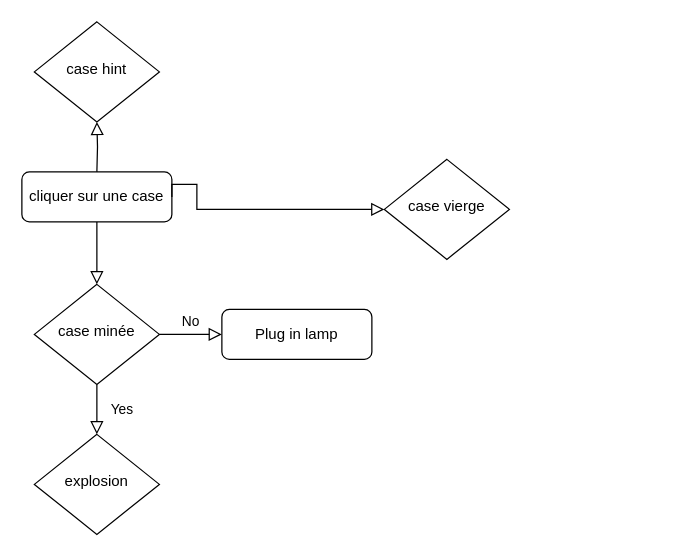
Before: Diagramme sans nom.drawio in emilyllg/filrougeEJL, a draw.io diagram. Source tidied: cells renumbered, new cells numbered last; positions are measured from the earlier drawing's top-left corner, leaving out a move shared by most shapes. Both pictures are drawn from the tidied source at 125%, with x=0, y=0 at pixel (21, 21).
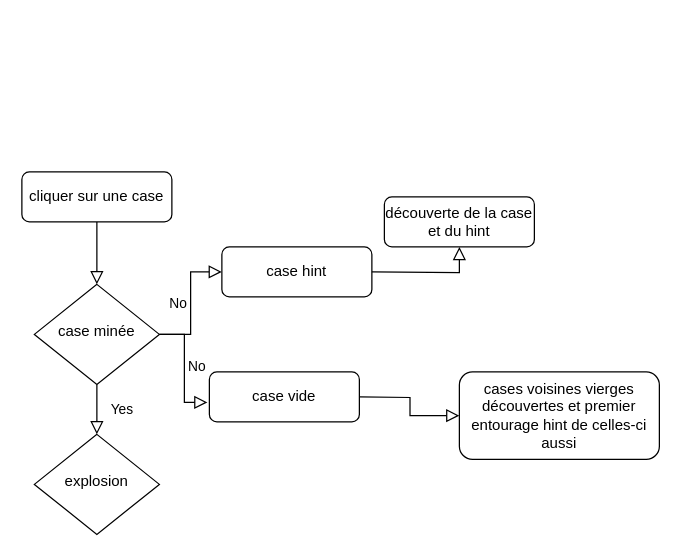
The same diagram, later.

Diff of the diagram source:
```diff
@@
 <mxGraphModel>
   <root>
     <mxCell id="0" />
     <mxCell id="1" parent="0" />
     <mxCell id="2" style="rounded=0;html=1;jettySize=auto;fontSize=11;endArrow=block;endFill=0;endSize=8;strokeWidth=1;shadow=0;labelBackgroundColor=none;edgeStyle=orthogonalEdgeStyle;" parent="1" edge="1" source="3" target="6">
       <mxGeometry relative="1" as="geometry" />
     </mxCell>
     <mxCell id="3" value="cliquer sur une case" style="rounded=1;whiteSpace=wrap;html=1;fontSize=12;glass=0;strokeWidth=1;shadow=0;" parent="1" vertex="1">
       <mxGeometry y="120" width="120" height="40" as="geometry" />
     </mxCell>
     <mxCell id="4" value="Yes" style="rounded=0;html=1;jettySize=auto;fontSize=11;endArrow=block;endFill=0;endSize=8;strokeWidth=1;shadow=0;labelBackgroundColor=none;edgeStyle=orthogonalEdgeStyle;" parent="1" edge="1" source="6" target="8">
       <mxGeometry y="20" relative="1" as="geometry" />
     </mxCell>
     <mxCell id="5" value="No" style="edgeStyle=orthogonalEdgeStyle;rounded=0;html=1;jettySize=auto;fontSize=11;endArrow=block;endFill=0;endSize=8;strokeWidth=1;shadow=0;labelBackgroundColor=none;" parent="1" edge="1" source="6" target="7">
       <mxGeometry y="10" relative="1" as="geometry" />
     </mxCell>
     <mxCell id="6" value="case minée " style="rhombus;whiteSpace=wrap;html=1;shadow=0;fontFamily=Helvetica;fontSize=12;align=center;strokeWidth=1;spacing=6;spacingTop=-4;" parent="1" vertex="1">
       <mxGeometry x="10" y="210" width="100" height="80" as="geometry" />
     </mxCell>
-    <mxCell id="7" value="Plug in lamp" style="rounded=1;whiteSpace=wrap;html=1;fontSize=12;glass=0;strokeWidth=1;shadow=0;" parent="1" vertex="1">
-      <mxGeometry x="160" y="230" width="120" height="40" as="geometry" />
+    <mxCell id="7" value="case hint" style="rounded=1;whiteSpace=wrap;html=1;fontSize=12;glass=0;strokeWidth=1;shadow=0;" parent="1" vertex="1">
+      <mxGeometry x="160" y="180" width="120" height="40" as="geometry" />
     </mxCell>
     <mxCell id="8" value="explosion" style="rhombus;whiteSpace=wrap;html=1;shadow=0;fontFamily=Helvetica;fontSize=12;align=center;strokeWidth=1;spacing=6;spacingTop=-4;" parent="1" vertex="1">
       <mxGeometry x="10" y="330" width="100" height="80" as="geometry" />
     </mxCell>
-    <mxCell id="9" style="rounded=0;html=1;jettySize=auto;fontSize=11;endArrow=block;endFill=0;endSize=8;strokeWidth=1;shadow=0;labelBackgroundColor=none;edgeStyle=orthogonalEdgeStyle;exitX=1;exitY=0.5;exitDx=0;exitDy=0;" parent="1" edge="1" source="3">
-      <mxGeometry relative="1" as="geometry">
-        <mxPoint x="290" y="150" as="targetPoint" />
-        <Array as="points">
-          <mxPoint x="120" y="130" />
-          <mxPoint x="140" y="130" />
-          <mxPoint x="140" y="150" />
-        </Array>
-      </mxGeometry>
-    </mxCell>
-    <mxCell id="10" value="case vierge " style="rhombus;whiteSpace=wrap;html=1;shadow=0;fontFamily=Helvetica;fontSize=12;align=center;strokeWidth=1;spacing=6;spacingTop=-4;" parent="1" vertex="1">
-      <mxGeometry x="290" y="110" width="100" height="80" as="geometry" />
-    </mxCell>
-    <mxCell id="11" value="case hint" style="rhombus;whiteSpace=wrap;html=1;shadow=0;fontFamily=Helvetica;fontSize=12;align=center;strokeWidth=1;spacing=6;spacingTop=-4;" parent="1" vertex="1">
-      <mxGeometry x="10" width="100" height="80" as="geometry" />
-    </mxCell>
-    <mxCell id="12" style="rounded=0;html=1;jettySize=auto;fontSize=11;endArrow=block;endFill=0;endSize=8;strokeWidth=1;shadow=0;labelBackgroundColor=none;edgeStyle=orthogonalEdgeStyle;" parent="1" edge="1" target="11">
-      <mxGeometry relative="1" as="geometry">
-        <mxPoint x="60" y="120" as="sourcePoint" />
-      </mxGeometry>
-    </mxCell>
+    <mxCell id="13" value="case vide" style="rounded=1;whiteSpace=wrap;html=1;fontSize=12;glass=0;strokeWidth=1;shadow=0;" parent="1" vertex="1">
+      <mxGeometry x="150" y="280" width="120" height="40" as="geometry" />
+    </mxCell>
+    <mxCell id="14" value="No" style="edgeStyle=orthogonalEdgeStyle;rounded=0;html=1;jettySize=auto;fontSize=11;endArrow=block;endFill=0;endSize=8;strokeWidth=1;shadow=0;labelBackgroundColor=none;exitX=1;exitY=0.5;exitDx=0;exitDy=0;entryX=-0.013;entryY=0.611;entryDx=0;entryDy=0;entryPerimeter=0;" parent="1" edge="1" source="6" target="13">
+      <mxGeometry y="10" relative="1" as="geometry" />
+    </mxCell>
+    <mxCell id="15" value="découverte de la case et du hint" style="rounded=1;whiteSpace=wrap;html=1;fontSize=12;glass=0;strokeWidth=1;shadow=0;" parent="1" vertex="1">
+      <mxGeometry x="290" y="140" width="120" height="40" as="geometry" />
+    </mxCell>
+    <mxCell id="16" style="edgeStyle=orthogonalEdgeStyle;rounded=0;html=1;jettySize=auto;fontSize=11;endArrow=block;endFill=0;endSize=8;strokeWidth=1;shadow=0;labelBackgroundColor=none;entryX=0.5;entryY=1;entryDx=0;entryDy=0;" parent="1" edge="1" target="15">
+      <mxGeometry y="10" relative="1" as="geometry">
+        <mxPoint x="280" y="200" as="sourcePoint" />
+      </mxGeometry>
+    </mxCell>
+    <mxCell id="17" value="cases voisines vierges découvertes et premier entourage hint de celles-ci aussi " style="rounded=1;whiteSpace=wrap;html=1;fontSize=12;glass=0;strokeWidth=1;shadow=0;" parent="1" vertex="1">
+      <mxGeometry x="350" y="280" width="160" height="70" as="geometry" />
+    </mxCell>
+    <mxCell id="18" style="edgeStyle=orthogonalEdgeStyle;rounded=0;html=1;jettySize=auto;fontSize=11;endArrow=block;endFill=0;endSize=8;strokeWidth=1;shadow=0;labelBackgroundColor=none;entryX=0;entryY=0.5;entryDx=0;entryDy=0;" parent="1" edge="1" target="17">
+      <mxGeometry y="10" relative="1" as="geometry">
+        <mxPoint x="270" y="300" as="sourcePoint" />
+      </mxGeometry>
+    </mxCell>
   </root>
 </mxGraphModel>
```
